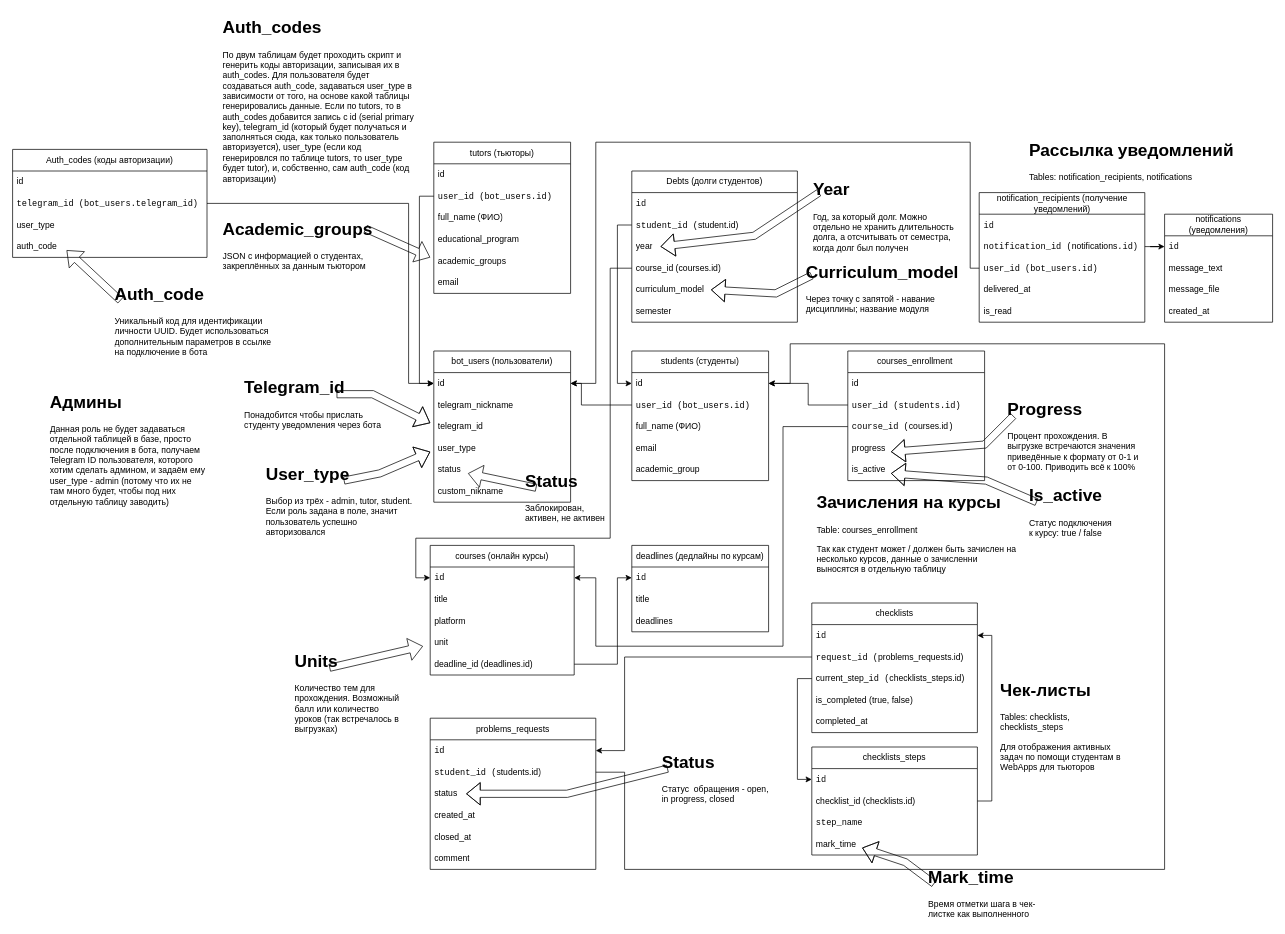
Earlier version of the draw.io diagram Accompanying students.drawio (GeekNekoS/Draw_io). Source tidied: cells renumbered, new cells numbered last; positions are measured from the earlier drawing's top-left corner, leaving out a move shared by most shapes. Both pictures are drawn from the tidied source at 72%, with x=0, y=0 at pixel (12, 12).
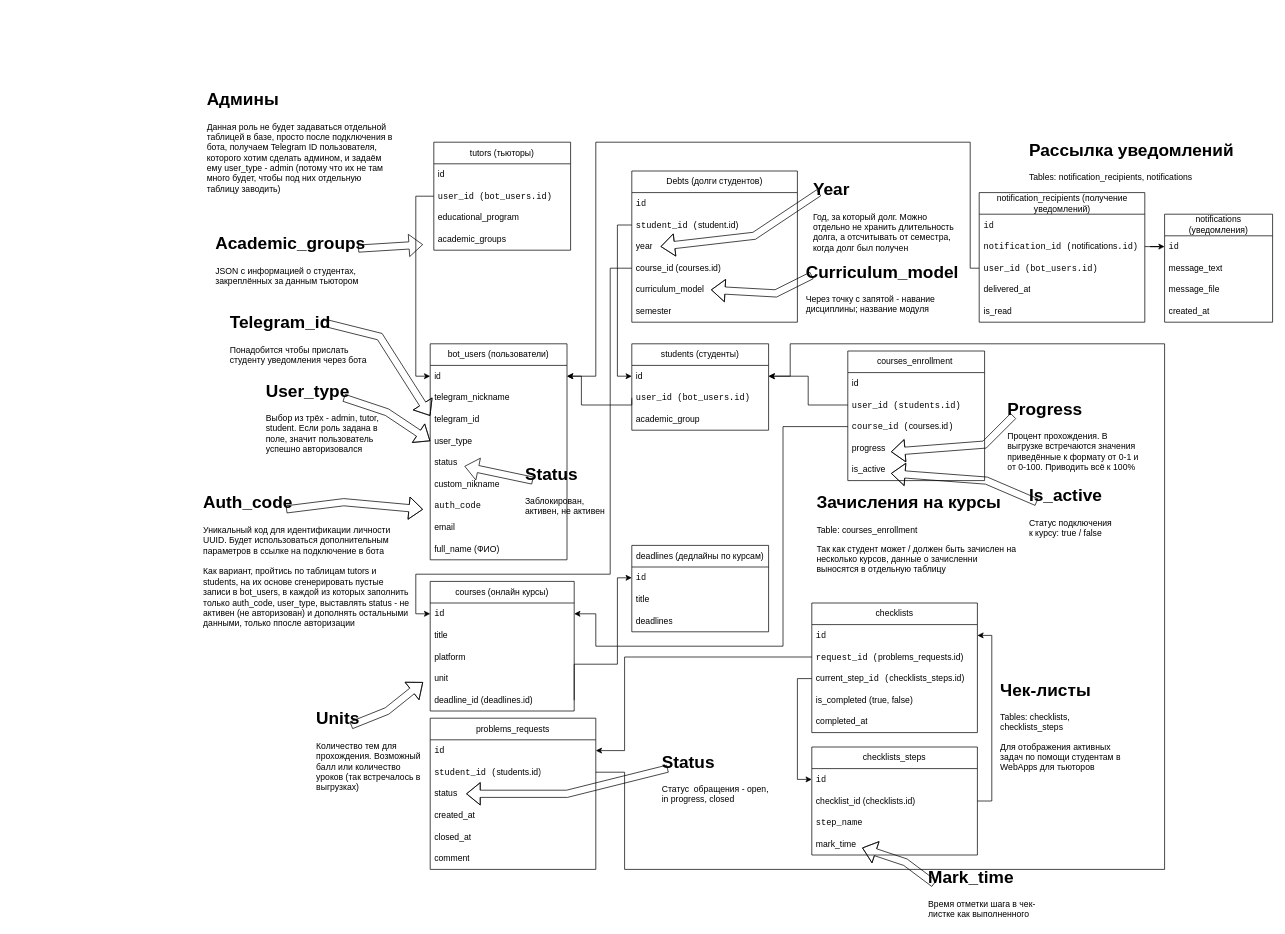
The same diagram, later.

The change refers to these unchanged cells:
```xml
<mxCell id="3" value="&lt;code&gt;id &lt;/code&gt;" style="text;strokeColor=none;fillColor=none;align=left;verticalAlign=middle;spacingLeft=4;spacingRight=4;overflow=hidden;points=[[0,0.5],[1,0.5]];portConstraint=eastwest;whiteSpace=wrap;html=1;" parent="2" vertex="1">
  <mxGeometry y="30" width="200" height="30" as="geometry" />
</mxCell>
<mxCell id="14" value="&lt;code&gt;student_id (&lt;/code&gt;students.id)" style="text;strokeColor=none;fillColor=none;align=left;verticalAlign=middle;spacingLeft=4;spacingRight=4;overflow=hidden;points=[[0,0.5],[1,0.5]];portConstraint=eastwest;whiteSpace=wrap;html=1;" parent="12" vertex="1">
  <mxGeometry y="60" width="230" height="30" as="geometry" />
</mxCell>
<mxCell id="27" value="id " style="text;strokeColor=none;fillColor=none;align=left;verticalAlign=middle;spacingLeft=4;spacingRight=4;overflow=hidden;points=[[0,0.5],[1,0.5]];portConstraint=eastwest;whiteSpace=wrap;html=1;" parent="26" vertex="1">
  <mxGeometry y="30" width="190" height="30" as="geometry" />
</mxCell>
<mxCell id="35" value="id " style="text;strokeColor=none;fillColor=none;align=left;verticalAlign=middle;spacingLeft=4;spacingRight=4;overflow=hidden;points=[[0,0.5],[1,0.5]];portConstraint=eastwest;whiteSpace=wrap;html=1;" parent="34" vertex="1">
  <mxGeometry y="30" width="190" height="30" as="geometry" />
</mxCell>
<mxCell id="36" value="&lt;code&gt;user_id &lt;/code&gt;&lt;code&gt;(bot_users.id)&lt;/code&gt; " style="text;strokeColor=none;fillColor=none;align=left;verticalAlign=middle;spacingLeft=4;spacingRight=4;overflow=hidden;points=[[0,0.5],[1,0.5]];portConstraint=eastwest;whiteSpace=wrap;html=1;" parent="34" vertex="1">
  <mxGeometry y="60" width="190" height="30" as="geometry" />
</mxCell>
<mxCell id="56" value="course_id (courses.id)" style="text;strokeColor=none;fillColor=none;align=left;verticalAlign=middle;spacingLeft=4;spacingRight=4;overflow=hidden;points=[[0,0.5],[1,0.5]];portConstraint=eastwest;whiteSpace=wrap;html=1;" parent="51" vertex="1">
  <mxGeometry y="120" width="230" height="30" as="geometry" />
</mxCell>
<mxCell id="89" value="&lt;code&gt;course_id (&lt;/code&gt;courses.id&lt;code&gt;)&lt;br&gt;&lt;/code&gt;" style="text;strokeColor=none;fillColor=none;align=left;verticalAlign=middle;spacingLeft=4;spacingRight=4;overflow=hidden;points=[[0,0.5],[1,0.5]];portConstraint=eastwest;whiteSpace=wrap;html=1;" parent="86" vertex="1">
  <mxGeometry y="90" width="190" height="30" as="geometry" />
</mxCell>
<mxCell id="101" value="&lt;code&gt;user_id &lt;/code&gt;&lt;code&gt;(bot_users.id)&lt;/code&gt;" style="text;strokeColor=none;fillColor=none;align=left;verticalAlign=middle;spacingLeft=4;spacingRight=4;overflow=hidden;points=[[0,0.5],[1,0.5]];portConstraint=eastwest;whiteSpace=wrap;html=1;" parent="98" vertex="1">
  <mxGeometry y="90" width="230" height="30" as="geometry" />
</mxCell>
```

The edit, as a diff of the source:
```diff
@@
     <mxCell id="2" value="courses (онлайн курсы)" style="swimlane;fontStyle=0;horizontal=1;startSize=30;whiteSpace=wrap;html=1;" parent="1" vertex="1">
-      <mxGeometry x="580" y="740" width="200" height="180" as="geometry" />
+      <mxGeometry x="580" y="790" width="200" height="180" as="geometry" />
     </mxCell>
@@
     <mxCell id="26" value="bot_users (пользователи)" style="swimlane;fontStyle=0;horizontal=1;startSize=30;whiteSpace=wrap;html=1;" parent="1" vertex="1">
-      <mxGeometry x="585" y="470" width="190" height="210" as="geometry" />
+      <mxGeometry x="580" y="460" width="190" height="300" as="geometry" />
     </mxCell>
@@
+    <mxCell id="117" value="&lt;code&gt;auth_code&lt;br&gt;&lt;/code&gt;" style="text;strokeColor=none;fillColor=none;align=left;verticalAlign=middle;spacingLeft=4;spacingRight=4;overflow=hidden;whiteSpace=wrap;html=1;" parent="26" vertex="1">
+      <mxGeometry y="210" width="190" height="30" as="geometry" />
+    </mxCell>
+    <mxCell id="122" value="email" style="text;strokeColor=none;fillColor=none;align=left;verticalAlign=middle;spacingLeft=4;spacingRight=4;overflow=hidden;whiteSpace=wrap;html=1;" parent="26" vertex="1">
+      <mxGeometry y="240" width="190" height="30" as="geometry" />
+    </mxCell>
+    <mxCell id="123" value="full_name (ФИО)" style="text;strokeColor=none;fillColor=none;align=left;verticalAlign=middle;spacingLeft=4;spacingRight=4;overflow=hidden;whiteSpace=wrap;html=1;" parent="26" vertex="1">
+      <mxGeometry y="270" width="190" height="30" as="geometry" />
+    </mxCell>
     <mxCell id="34" value="students (студенты)" style="swimlane;fontStyle=0;horizontal=1;startSize=30;whiteSpace=wrap;html=1;" parent="1" vertex="1">
-      <mxGeometry x="860" y="470" width="190" height="180" as="geometry" />
+      <mxGeometry x="860" y="460" width="190" height="120" as="geometry" />
     </mxCell>
@@
-    <mxCell id="37" value="full_name (ФИО)" style="text;strokeColor=none;fillColor=none;align=left;verticalAlign=middle;spacingLeft=4;spacingRight=4;overflow=hidden;whiteSpace=wrap;html=1;" parent="34" vertex="1">
-      <mxGeometry y="90" width="190" height="30" as="geometry" />
-    </mxCell>
-    <mxCell id="38" value="email" style="text;strokeColor=none;fillColor=none;align=left;verticalAlign=middle;spacingLeft=4;spacingRight=4;overflow=hidden;whiteSpace=wrap;html=1;" parent="34" vertex="1">
-      <mxGeometry y="120" width="190" height="30" as="geometry" />
-    </mxCell>
     <mxCell id="39" value="&lt;span style=&quot;white-space: pre-wrap;&quot; class=&quot;EzKURWReUAB5oZgtQNkl&quot;&gt;academic&lt;/span&gt;_&lt;span style=&quot;white-space: pre-wrap;&quot; class=&quot;EzKURWReUAB5oZgtQNkl&quot;&gt;group&lt;/span&gt;" style="text;strokeColor=none;fillColor=none;align=left;verticalAlign=middle;spacingLeft=4;spacingRight=4;overflow=hidden;whiteSpace=wrap;html=1;" parent="34" vertex="1">
-      <mxGeometry y="150" width="190" height="30" as="geometry" />
+      <mxGeometry y="90" width="190" height="30" as="geometry" />
     </mxCell>
     <mxCell id="40" style="edgeStyle=orthogonalEdgeStyle;rounded=0;jettySize=auto;html=1;exitX=0;exitY=0.5;exitDx=0;exitDy=0;entryX=1;entryY=0.5;entryDx=0;entryDy=0;" parent="1" edge="1" source="36" target="27">
       <mxGeometry relative="1" as="geometry">
         <Array as="points">
+          <mxPoint x="860" y="545" />
           <mxPoint x="790" y="545" />
-          <mxPoint x="790" y="515" />
+          <mxPoint x="790" y="505" />
         </Array>
       </mxGeometry>
     </mxCell>
@@
     <mxCell id="44" value="&lt;h1 style=&quot;margin-top: 0px;&quot;&gt;User_type&lt;/h1&gt;Выбор из трёх - admin, tutor, student. Если роль задана в поле, значит пользователь успешно авторизовался" style="text;html=1;whiteSpace=wrap;overflow=hidden;rounded=0;" parent="1" vertex="1">
-      <mxGeometry x="350" y="620" width="215" height="110" as="geometry" />
+      <mxGeometry x="350" y="505" width="190" height="110" as="geometry" />
     </mxCell>
@@
     <mxCell id="46" value="&lt;h1 style=&quot;margin-top: 0px;&quot;&gt;Telegram_id &lt;/h1&gt;Понадобится чтобы прислать студенту уведомления через бота " style="text;html=1;whiteSpace=wrap;overflow=hidden;rounded=0;" parent="1" vertex="1">
-      <mxGeometry x="320" y="500" width="215" height="90" as="geometry" />
+      <mxGeometry x="300" y="410" width="215" height="90" as="geometry" />
     </mxCell>
@@
     <mxCell id="48" style="shape=flexArrow;endArrow=classic;html=1;rounded=0;" parent="1" edge="1">
       <mxGeometry relative="1" as="geometry">
-        <mxPoint x="460" y="650" as="sourcePoint" />
-        <mxPoint x="580" y="610" as="targetPoint" />
+        <mxPoint x="460" y="535" as="sourcePoint" />
+        <mxPoint x="580" y="595" as="targetPoint" />
         <Array as="points">
-          <mxPoint x="510" y="640" />
+          <mxPoint x="520" y="555" />
         </Array>
       </mxGeometry>
     </mxCell>
     <mxCell id="49" style="shape=flexArrow;endArrow=classic;html=1;rounded=0;" parent="1" edge="1">
       <mxGeometry relative="1" as="geometry">
-        <mxPoint x="450" y="530" as="sourcePoint" />
-        <mxPoint x="580" y="570" as="targetPoint" />
+        <mxPoint x="430" y="430" as="sourcePoint" />
+        <mxPoint x="580" y="560" as="targetPoint" />
         <Array as="points">
-          <mxPoint x="500" y="530" />
+          <mxPoint x="510" y="450" />
         </Array>
       </mxGeometry>
     </mxCell>
@@
     <mxCell id="61" value="&lt;h1 style=&quot;margin-top: 0px;&quot;&gt;Units&lt;/h1&gt;Количество тем для прохождения. Возможный балл или количество уроков (так встречалось в выгрузках)" style="text;html=1;whiteSpace=wrap;overflow=hidden;rounded=0;" parent="1" vertex="1">
-      <mxGeometry x="390" y="880" width="150" height="130" as="geometry" />
+      <mxGeometry x="420" y="960" width="150" height="130" as="geometry" />
     </mxCell>
     <mxCell id="62" style="shape=flexArrow;endArrow=classic;html=1;rounded=0;" parent="1" edge="1">
       <mxGeometry relative="1" as="geometry">
-        <mxPoint x="440" y="910" as="sourcePoint" />
-        <mxPoint x="570" y="880" as="targetPoint" />
+        <mxPoint x="470" y="990" as="sourcePoint" />
+        <mxPoint x="570" y="930" as="targetPoint" />
+        <Array as="points">
+          <mxPoint x="520" y="970" />
+        </Array>
       </mxGeometry>
     </mxCell>
     <mxCell id="63" value="&lt;h1 style=&quot;margin-top: 0px;&quot;&gt;Status&lt;/h1&gt;Заблокирован, активен, не активен" style="text;html=1;whiteSpace=wrap;overflow=hidden;rounded=0;" parent="1" vertex="1">
-      <mxGeometry x="710" y="630" width="130" height="80" as="geometry" />
+      <mxGeometry x="710" y="620" width="130" height="80" as="geometry" />
     </mxCell>
@@
     <mxCell id="69" value="tutors (тьюторы)" style="swimlane;fontStyle=0;horizontal=1;startSize=30;whiteSpace=wrap;html=1;" parent="1" vertex="1">
-      <mxGeometry x="585" y="180" width="190" height="210" as="geometry" />
+      <mxGeometry x="585" y="180" width="190" height="150" as="geometry" />
     </mxCell>
@@
-    <mxCell id="72" value="full_name (ФИО)" style="text;strokeColor=none;fillColor=none;align=left;verticalAlign=middle;spacingLeft=4;spacingRight=4;overflow=hidden;whiteSpace=wrap;html=1;" parent="69" vertex="1">
-      <mxGeometry y="90" width="190" height="30" as="geometry" />
-    </mxCell>
     <mxCell id="73" value="&lt;span style=&quot;white-space: pre-wrap;&quot; class=&quot;EzKURWReUAB5oZgtQNkl&quot;&gt;educational&lt;/span&gt;_&lt;span style=&quot;white-space: pre-wrap;&quot; class=&quot;EzKURWReUAB5oZgtQNkl&quot;&gt;program&lt;/span&gt;" style="text;strokeColor=none;fillColor=none;align=left;verticalAlign=middle;spacingLeft=4;spacingRight=4;overflow=hidden;whiteSpace=wrap;html=1;" parent="69" vertex="1">
-      <mxGeometry y="120" width="190" height="30" as="geometry" />
+      <mxGeometry y="90" width="190" height="30" as="geometry" />
     </mxCell>
     <mxCell id="74" value="&lt;span style=&quot;white-space: pre-wrap;&quot; class=&quot;EzKURWReUAB5oZgtQNkl&quot;&gt;academic&lt;/span&gt;_&lt;span style=&quot;white-space: pre-wrap;&quot; class=&quot;EzKURWReUAB5oZgtQNkl&quot;&gt;groups&lt;/span&gt;" style="text;strokeColor=none;fillColor=none;align=left;verticalAlign=middle;spacingLeft=4;spacingRight=4;overflow=hidden;whiteSpace=wrap;html=1;" parent="69" vertex="1">
-      <mxGeometry y="150" width="190" height="30" as="geometry" />
+      <mxGeometry y="120" width="190" height="30" as="geometry" />
     </mxCell>
-    <mxCell id="75" value="email" style="text;strokeColor=none;fillColor=none;align=left;verticalAlign=middle;spacingLeft=4;spacingRight=4;overflow=hidden;whiteSpace=wrap;html=1;" parent="69" vertex="1">
-      <mxGeometry y="180" width="190" height="30" as="geometry" />
-    </mxCell>
-    <mxCell id="76" value="&lt;h1 style=&quot;margin-top: 0px;&quot;&gt;&lt;span style=&quot;white-space: pre-wrap;&quot; class=&quot;EzKURWReUAB5oZgtQNkl&quot;&gt;Auth_code&lt;/span&gt;&lt;/h1&gt;Уникальный код для идентификации личности UUID. Будет использоваться дополнительным параметров в ссылке на подключение в бота" style="text;html=1;whiteSpace=wrap;overflow=hidden;rounded=0;" parent="1" vertex="1">
-      <mxGeometry x="140" y="370" width="220" height="110" as="geometry" />
+    <mxCell id="76" value="&lt;h1 style=&quot;margin-top: 0px;&quot;&gt;&lt;span style=&quot;white-space: pre-wrap;&quot; class=&quot;EzKURWReUAB5oZgtQNkl&quot;&gt;Auth_code&lt;/span&gt;&lt;/h1&gt;&lt;div&gt;Уникальный код для идентификации личности UUID. Будет использоваться дополнительным параметров в ссылке на подключение в бота&lt;/div&gt;&lt;div&gt;&lt;br&gt;&lt;/div&gt;&lt;div&gt;Как вариант, пройтись по таблицам tutors и students, на их основе сгенерировать пустые записи в bot_users, в каждой из которых заполнить только auth_code, user_type, выставлять status - не активен (не авторизован) и дополнять остальными данными, только ппосле авторизации&lt;br&gt;&lt;/div&gt;" style="text;html=1;whiteSpace=wrap;overflow=hidden;rounded=0;" parent="1" vertex="1">
+      <mxGeometry x="262.5" y="660" width="290" height="220" as="geometry" />
     </mxCell>
     <mxCell id="77" style="shape=flexArrow;endArrow=classic;html=1;rounded=0;" parent="1" edge="1">
       <mxGeometry relative="1" as="geometry">
-        <mxPoint x="490" y="300" as="sourcePoint" />
-        <mxPoint x="580" y="340" as="targetPoint" />
+        <mxPoint x="480" y="327.8" as="sourcePoint" />
+        <mxPoint x="570" y="322.2" as="targetPoint" />
       </mxGeometry>
     </mxCell>
@@
     <mxCell id="95" style="edgeStyle=orthogonalEdgeStyle;rounded=0;jettySize=auto;html=1;entryX=1;entryY=0.5;entryDx=0;entryDy=0;" parent="1" edge="1" source="14" target="35">
       <mxGeometry relative="1" as="geometry">
         <Array as="points">
           <mxPoint x="850" y="1055" />
           <mxPoint x="850" y="1190" />
           <mxPoint x="1600" y="1190" />
           <mxPoint x="1600" y="460" />
           <mxPoint x="1080" y="460" />
-          <mxPoint x="1080" y="515" />
+          <mxPoint x="1080" y="505" />
         </Array>
       </mxGeometry>
     </mxCell>
@@
     <mxCell id="97" style="edgeStyle=orthogonalEdgeStyle;rounded=0;jettySize=auto;html=1;entryX=1;entryY=0.5;entryDx=0;entryDy=0;exitX=0;exitY=0.5;exitDx=0;exitDy=0;" parent="1" edge="1" source="89" target="3">
       <mxGeometry relative="1" as="geometry">
         <Array as="points">
           <mxPoint x="1070" y="575" />
           <mxPoint x="1070" y="880" />
           <mxPoint x="810" y="880" />
-          <mxPoint x="810" y="785" />
+          <mxPoint x="810" y="835" />
         </Array>
       </mxGeometry>
     </mxCell>
@@
     <mxCell id="104" style="edgeStyle=orthogonalEdgeStyle;rounded=0;jettySize=auto;html=1;entryX=1;entryY=0.5;entryDx=0;entryDy=0;exitX=0;exitY=0.5;exitDx=0;exitDy=0;" parent="1" edge="1" source="101" target="27">
       <mxGeometry relative="1" as="geometry">
         <Array as="points">
           <mxPoint x="1330" y="355" />
           <mxPoint x="1330" y="180" />
           <mxPoint x="810" y="180" />
-          <mxPoint x="810" y="515" />
+          <mxPoint x="810" y="505" />
         </Array>
       </mxGeometry>
     </mxCell>
@@
     <mxCell id="108" style="edgeStyle=orthogonalEdgeStyle;rounded=0;jettySize=auto;html=1;entryX=0;entryY=0.5;entryDx=0;entryDy=0;" parent="1" edge="1" source="56" target="3">
       <mxGeometry relative="1" as="geometry">
         <Array as="points">
           <mxPoint x="830" y="355" />
-          <mxPoint x="830" y="730" />
-          <mxPoint x="560" y="730" />
-          <mxPoint x="560" y="785" />
+          <mxPoint x="830" y="780" />
+          <mxPoint x="560" y="780" />
+          <mxPoint x="560" y="835" />
         </Array>
       </mxGeometry>
     </mxCell>
@@
     <mxCell id="111" value="&lt;h1 style=&quot;margin-top: 0px;&quot;&gt;&lt;span style=&quot;white-space: pre-wrap;&quot; class=&quot;EzKURWReUAB5oZgtQNkl&quot;&gt;Academic&lt;/span&gt;_&lt;span style=&quot;white-space: pre-wrap;&quot; class=&quot;EzKURWReUAB5oZgtQNkl&quot;&gt;groups&lt;/span&gt;&lt;/h1&gt;JSON с информацией о студентах, закреплённых за данным тьютором" style="text;html=1;whiteSpace=wrap;overflow=hidden;rounded=0;" parent="1" vertex="1">
-      <mxGeometry x="290" y="280" width="215" height="90" as="geometry" />
+      <mxGeometry x="280" y="300" width="215" height="90" as="geometry" />
     </mxCell>
@@
-    <mxCell id="113" value="Auth_codes (коды авторизации)" style="swimlane;fontStyle=0;horizontal=1;startSize=30;whiteSpace=wrap;html=1;" parent="1" vertex="1">
-      <mxGeometry y="190" width="270" height="150" as="geometry" />
-    </mxCell>
-    <mxCell id="114" value="id " style="text;strokeColor=none;fillColor=none;align=left;verticalAlign=middle;spacingLeft=4;spacingRight=4;overflow=hidden;whiteSpace=wrap;html=1;" parent="113" vertex="1">
-      <mxGeometry y="30" width="270" height="30" as="geometry" />
-    </mxCell>
-    <mxCell id="115" value="&lt;code&gt;telegram_id (bot_users.telegram_id)&lt;br&gt;&lt;/code&gt;" style="text;strokeColor=none;fillColor=none;align=left;verticalAlign=middle;spacingLeft=4;spacingRight=4;overflow=hidden;points=[[0,0.5],[1,0.5]];portConstraint=eastwest;whiteSpace=wrap;html=1;" parent="113" vertex="1">
-      <mxGeometry y="60" width="270" height="30" as="geometry" />
-    </mxCell>
-    <mxCell id="116" value="user_type" style="text;strokeColor=none;fillColor=none;align=left;verticalAlign=middle;spacingLeft=4;spacingRight=4;overflow=hidden;whiteSpace=wrap;html=1;" parent="113" vertex="1">
-      <mxGeometry y="90" width="270" height="30" as="geometry" />
-    </mxCell>
-    <mxCell id="117" value="auth_code" style="text;strokeColor=none;fillColor=none;align=left;verticalAlign=middle;spacingLeft=4;spacingRight=4;overflow=hidden;whiteSpace=wrap;html=1;" parent="113" vertex="1">
-      <mxGeometry y="120" width="270" height="30" as="geometry" />
-    </mxCell>
     <mxCell id="118" value="&lt;h1 style=&quot;margin-top: 0px;&quot;&gt;&lt;span style=&quot;white-space: pre-wrap;&quot; class=&quot;EzKURWReUAB5oZgtQNkl&quot;&gt;Админы&lt;/span&gt;&lt;/h1&gt;Данная роль не будет задаваться отдельной таблицей в базе, просто после подключения в бота, получаем Telegram ID пользователя, которого хотим сделать админом, и задаём ему user_type - admin (потому что их не там много будет, чтобы под них отдельную таблицу заводить)" style="text;html=1;whiteSpace=wrap;overflow=hidden;rounded=0;" parent="1" vertex="1">
-      <mxGeometry x="50" y="520" width="220" height="180" as="geometry" />
+      <mxGeometry x="267.5" y="100" width="260" height="160" as="geometry" />
     </mxCell>
-    <mxCell id="119" value="&lt;h1 style=&quot;margin-top: 0px;&quot;&gt;&lt;span style=&quot;white-space: pre-wrap;&quot; class=&quot;EzKURWReUAB5oZgtQNkl&quot;&gt;Auth_codes&lt;br&gt;&lt;/span&gt;&lt;/h1&gt;По двум таблицам будет проходить скрипт и генерить коды авторизации, записывая их в auth_codes. Для пользователя будет создаваться auth_code, задаваться user_type в зависимости от того, на основе какой таблицы генерировались данные. Если по tutors, то в auth_codes добавится запись с id (serial primary key), telegram_id (который будет получаться и заполняться сюда, как только пользователь авторизуется), user_type (если код генерировлся по таблице tutors, то user_type будет tutor), и, собственно, сам auth_code (код авторизации)&amp;nbsp; " style="text;html=1;whiteSpace=wrap;overflow=hidden;rounded=0;" parent="1" vertex="1">
-      <mxGeometry x="290" width="270" height="240" as="geometry" />
-    </mxCell>
-    <mxCell id="120" style="edgeStyle=orthogonalEdgeStyle;rounded=0;jettySize=auto;html=1;entryX=0;entryY=0.5;entryDx=0;entryDy=0;" parent="1" edge="1" source="115" target="27">
-      <mxGeometry relative="1" as="geometry">
-        <Array as="points">
-          <mxPoint x="550" y="265" />
-          <mxPoint x="550" y="515" />
-        </Array>
-      </mxGeometry>
-    </mxCell>
-    <mxCell id="121" style="shape=flexArrow;endArrow=classic;html=1;rounded=0;" parent="1" edge="1">
-      <mxGeometry relative="1" as="geometry">
-        <mxPoint x="150" y="400" as="sourcePoint" />
-        <mxPoint x="75" y="330" as="targetPoint" />
-      </mxGeometry>
-    </mxCell>
+    <mxCell id="124" style="shape=flexArrow;endArrow=classic;html=1;rounded=0;" parent="1" edge="1">
+      <mxGeometry relative="1" as="geometry">
+        <mxPoint x="380" y="690" as="sourcePoint" />
+        <mxPoint x="570" y="690" as="targetPoint" />
+        <Array as="points">
+          <mxPoint x="460" y="680" />
+        </Array>
+      </mxGeometry>
+    </mxCell>
```
